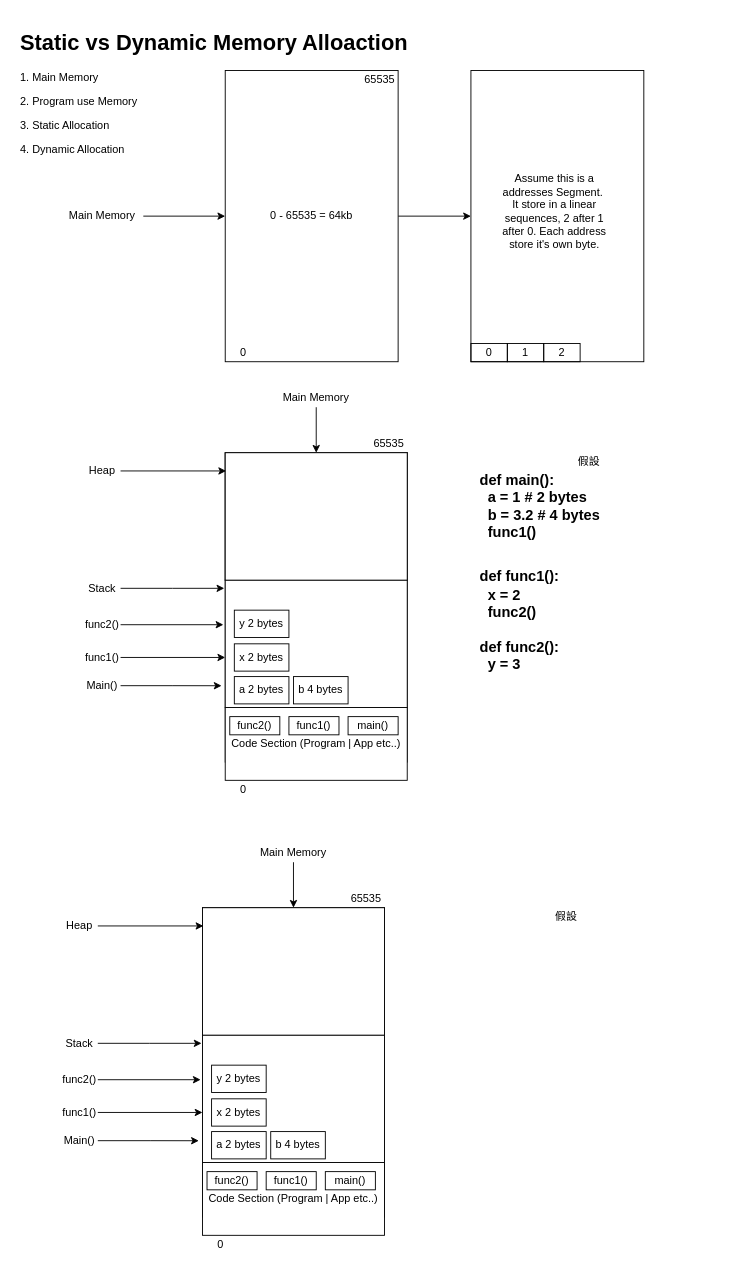
Earlier version of the draw.io diagram data-type/Untitled Diagram.drawio (libterty/ivonne-teach). Source tidied: cells renumbered, new cells numbered last; positions are measured from the earlier drawing's top-left corner, leaving out a move shared by most shapes. Both pictures are drawn from the tidied source at 91%, with x=0, y=0 at pixel (15, 25).
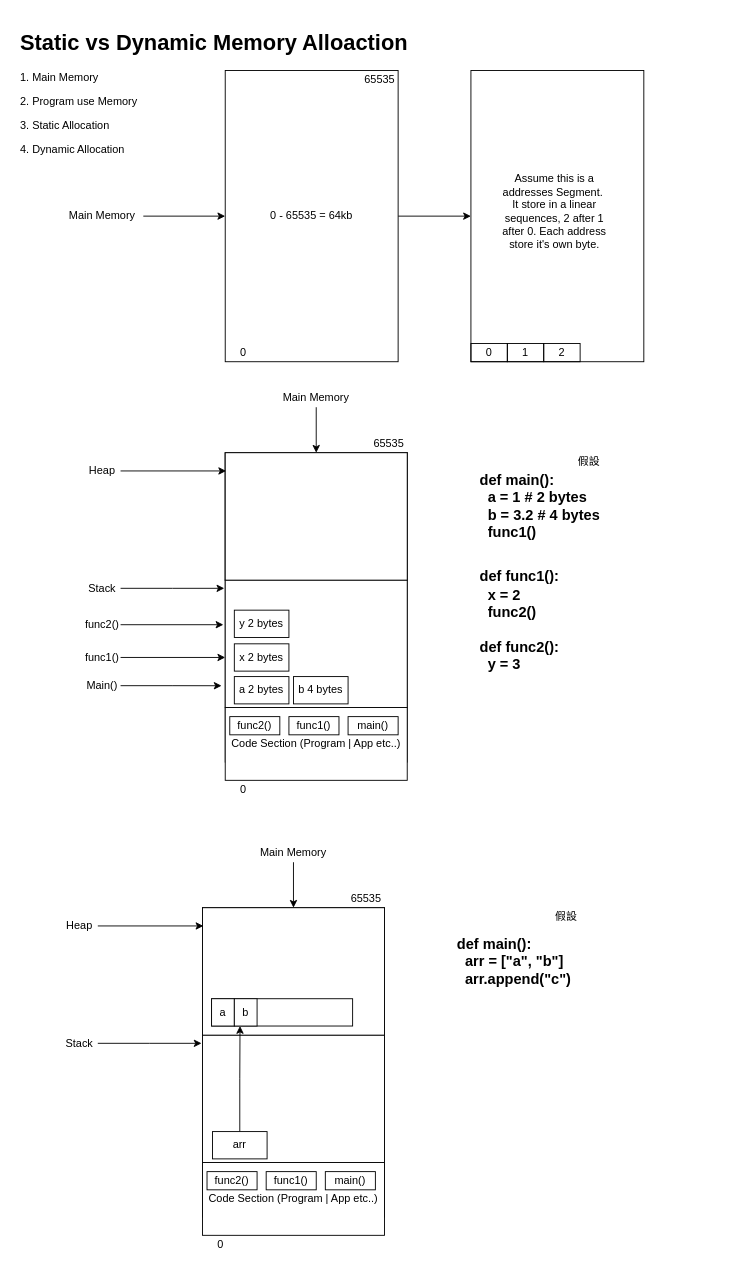
The same page after the edit.

Commit message:
Update Heap Diagram

Unchanged cells that the change refers to:
```xml
<mxCell id="50" style="rounded=0;whiteSpace=wrap;html=1;strokeColor=#000000;" parent="1" vertex="1">
  <mxGeometry x="205" y="1110" width="200" height="140" as="geometry" />
</mxCell>
```

Change to the diagram source:
```diff
@@
+    <mxCell id="70" style="edgeStyle=orthogonalEdgeStyle;rounded=0;jettySize=auto;html=1;entryX=0.25;entryY=1;entryDx=0;entryDy=0;" parent="1" edge="1" source="53" target="74">
+      <mxGeometry relative="1" as="geometry" />
+    </mxCell>
-    <mxCell id="53" value="a 2 bytes" style="rounded=0;whiteSpace=wrap;html=1;strokeColor=#000000;" parent="1" vertex="1">
-      <mxGeometry x="215" y="1216" width="60" height="30" as="geometry" />
+    <mxCell id="53" value="arr" style="rounded=0;whiteSpace=wrap;html=1;strokeColor=#000000;" parent="1" vertex="1">
+      <mxGeometry x="216" y="1216" width="60" height="30" as="geometry" />
     </mxCell>
-    <mxCell id="54" value="b 4 bytes" style="rounded=0;whiteSpace=wrap;html=1;strokeColor=#000000;" parent="1" vertex="1">
-      <mxGeometry x="280" y="1216" width="60" height="30" as="geometry" />
-    </mxCell>
@@
-    <mxCell id="62" style="edgeStyle=orthogonalEdgeStyle;rounded=0;jettySize=auto;html=1;entryX=-0.02;entryY=0.829;entryDx=0;entryDy=0;entryPerimeter=0;" parent="1" edge="1" source="63" target="50">
-      <mxGeometry relative="1" as="geometry" />
-    </mxCell>
-    <mxCell id="63" value="Main()" style="text;html=1;strokeColor=none;fillColor=none;align=center;verticalAlign=middle;whiteSpace=wrap;rounded=0;" parent="1" vertex="1">
-      <mxGeometry x="50" y="1216" width="40" height="20" as="geometry" />
-    </mxCell>
-    <mxCell id="64" style="edgeStyle=orthogonalEdgeStyle;rounded=0;jettySize=auto;html=1;entryX=0;entryY=0.607;entryDx=0;entryDy=0;entryPerimeter=0;" parent="1" edge="1" source="65" target="50">
-      <mxGeometry relative="1" as="geometry" />
-    </mxCell>
-    <mxCell id="65" value="func1()" style="text;html=1;strokeColor=none;fillColor=none;align=center;verticalAlign=middle;whiteSpace=wrap;rounded=0;" parent="1" vertex="1">
-      <mxGeometry x="50" y="1185" width="40" height="20" as="geometry" />
-    </mxCell>
-    <mxCell id="66" value="x 2 bytes" style="rounded=0;whiteSpace=wrap;html=1;strokeColor=#000000;" parent="1" vertex="1">
-      <mxGeometry x="215" y="1180" width="60" height="30" as="geometry" />
-    </mxCell>
-    <mxCell id="67" value="y 2 bytes" style="rounded=0;whiteSpace=wrap;html=1;strokeColor=#000000;" parent="1" vertex="1">
-      <mxGeometry x="215" y="1143" width="60" height="30" as="geometry" />
-    </mxCell>
-    <mxCell id="68" style="edgeStyle=orthogonalEdgeStyle;rounded=0;jettySize=auto;html=1;entryX=-0.01;entryY=0.35;entryDx=0;entryDy=0;entryPerimeter=0;" parent="1" edge="1" source="69" target="50">
-      <mxGeometry relative="1" as="geometry" />
-    </mxCell>
-    <mxCell id="69" value="func2()" style="text;html=1;strokeColor=none;fillColor=none;align=center;verticalAlign=middle;whiteSpace=wrap;rounded=0;" parent="1" vertex="1">
-      <mxGeometry x="50" y="1149" width="40" height="20" as="geometry" />
-    </mxCell>
+    <mxCell id="71" value="&lt;h1 style=&quot;font-size: 16px&quot;&gt;def main():&lt;br&gt;&amp;nbsp; arr = [&quot;a&quot;, &quot;b&quot;]&lt;br&gt;&amp;nbsp; arr.append(&quot;c&quot;)&lt;/h1&gt;" style="text;html=1;strokeColor=none;fillColor=none;spacing=5;spacingTop=-20;whiteSpace=wrap;overflow=hidden;rounded=0;" parent="1" vertex="1">
+      <mxGeometry x="480" y="1000" width="275" height="310" as="geometry" />
+    </mxCell>
+    <mxCell id="72" style="rounded=0;whiteSpace=wrap;html=1;strokeColor=#000000;" parent="1" vertex="1">
+      <mxGeometry x="215" y="1070" width="155" height="30" as="geometry" />
+    </mxCell>
+    <mxCell id="73" value="a" style="rounded=0;whiteSpace=wrap;html=1;strokeColor=#000000;" parent="1" vertex="1">
+      <mxGeometry x="215" y="1070" width="25" height="30" as="geometry" />
+    </mxCell>
+    <mxCell id="74" value="b" style="rounded=0;whiteSpace=wrap;html=1;strokeColor=#000000;" parent="1" vertex="1">
+      <mxGeometry x="240" y="1070" width="25" height="30" as="geometry" />
+    </mxCell>
```
